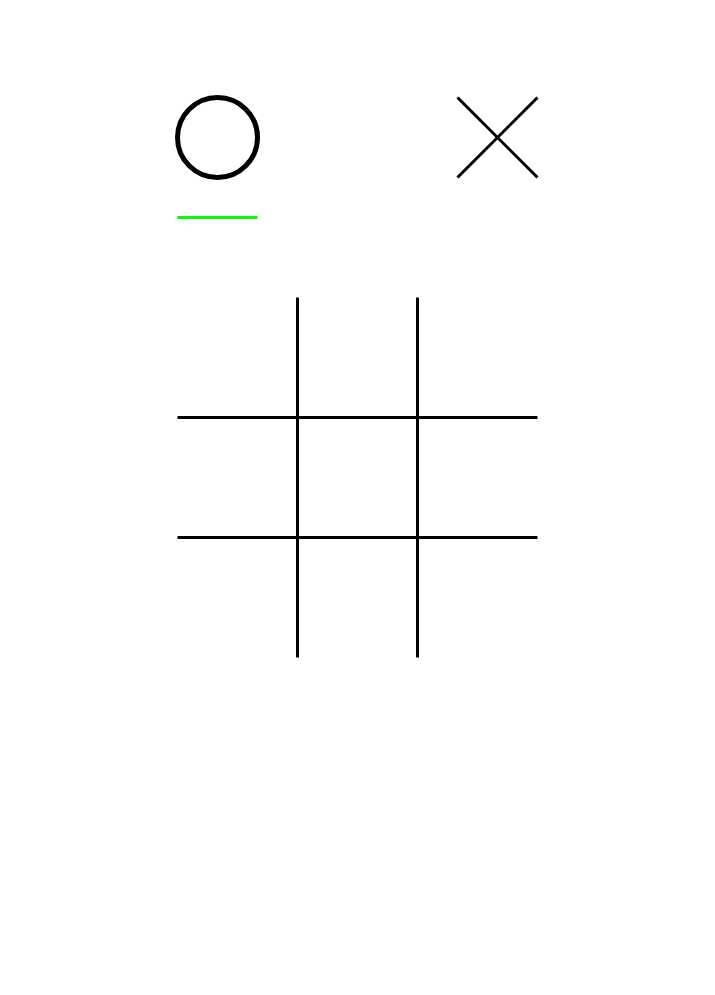
Before: python/ttt/tictactoe.drawio in mrhillsman/eightytwenty, a draw.io diagram. Source tidied: cells renumbered, new cells numbered last; positions are measured from the earlier drawing's top-left corner, leaving out a move shared by most shapes. Both pictures are drawn from the tidied source at 100%, with x=0, y=0 at pixel (177, 97).
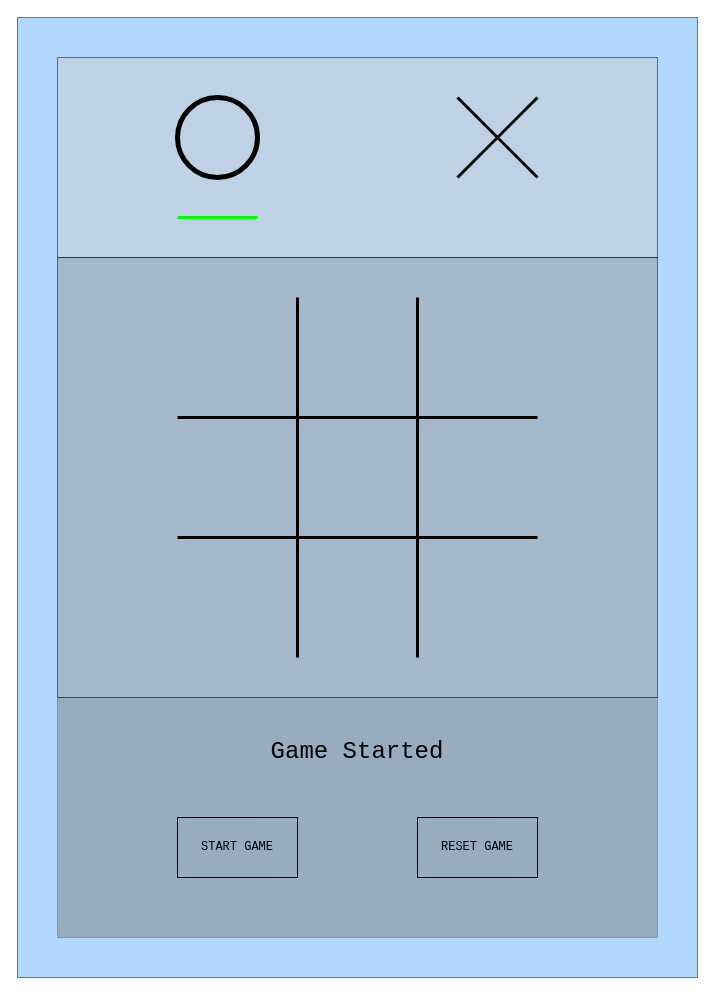
After the change.

What changed in the source:
```diff
@@
+    <mxCell id="19" style="rounded=0;whiteSpace=wrap;html=1;fillColor=#66B2FF;opacity=50;" parent="1" vertex="1">
+      <mxGeometry x="-160" y="-80" width="680" height="960" as="geometry" />
+    </mxCell>
+    <mxCell id="20" style="rounded=0;whiteSpace=wrap;html=1;fillColor=#808080;fontColor=#333333;strokeColor=#666666;opacity=50;" parent="1" vertex="1">
+      <mxGeometry x="-120" y="600" width="600" height="240" as="geometry" />
+    </mxCell>
+    <mxCell id="21" style="rounded=0;whiteSpace=wrap;html=1;opacity=50;fillColor=#999999;" parent="1" vertex="1">
+      <mxGeometry x="-120" y="160" width="600" height="440" as="geometry" />
+    </mxCell>
+    <mxCell id="22" style="rounded=0;whiteSpace=wrap;html=1;fillColor=#CCCCCC;opacity=50;" parent="1" vertex="1">
+      <mxGeometry x="-120" y="-40" width="600" height="200" as="geometry" />
+    </mxCell>
@@
+    <mxCell id="23" value="START GAME" style="rounded=0;whiteSpace=wrap;html=1;fillColor=none;fontFamily=Courier New;" parent="1" vertex="1">
+      <mxGeometry y="720" width="120" height="60" as="geometry" />
+    </mxCell>
+    <mxCell id="24" value="RESET GAME" style="rounded=0;whiteSpace=wrap;html=1;fillColor=none;fontFamily=Courier New;" parent="1" vertex="1">
+      <mxGeometry x="240" y="720" width="120" height="60" as="geometry" />
+    </mxCell>
+    <mxCell id="25" value="Game Started" style="text;html=1;strokeColor=none;fillColor=none;align=center;verticalAlign=middle;whiteSpace=wrap;rounded=0;fontFamily=Courier New;fontSize=24;" parent="1" vertex="1">
+      <mxGeometry x="40" y="640" width="280" height="30" as="geometry" />
+    </mxCell>
```
